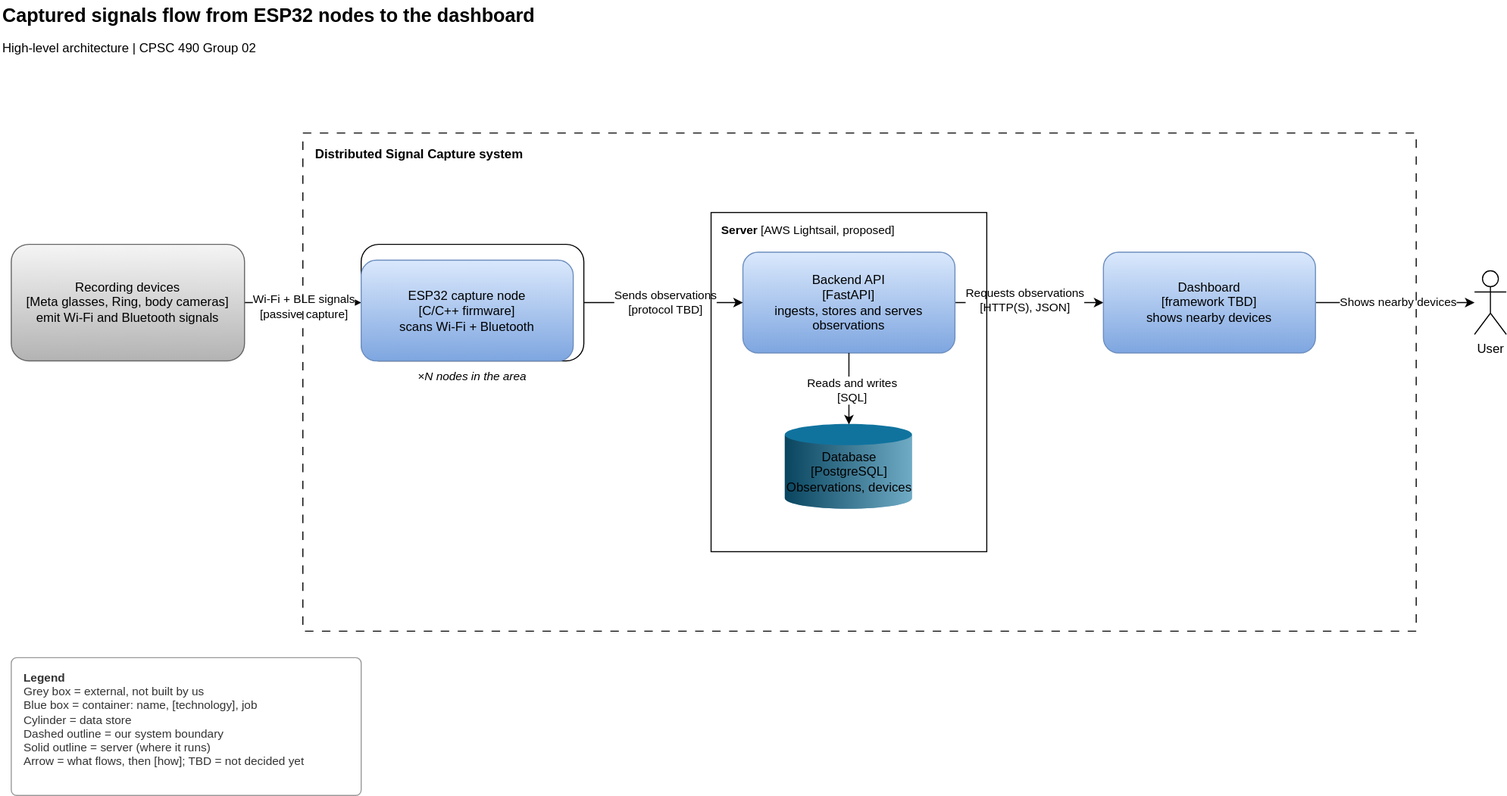
eliThomass/CPSC490-G02-Linux-Larpers keeps this draw.io diagram as docs/design/diagrams/architecture.drawio.svg. Above is the earlier version. Source tidied: cells renumbered, new cells last; positions are measured from the earlier drawing's top-left corner, leaving out a move shared by most shapes.
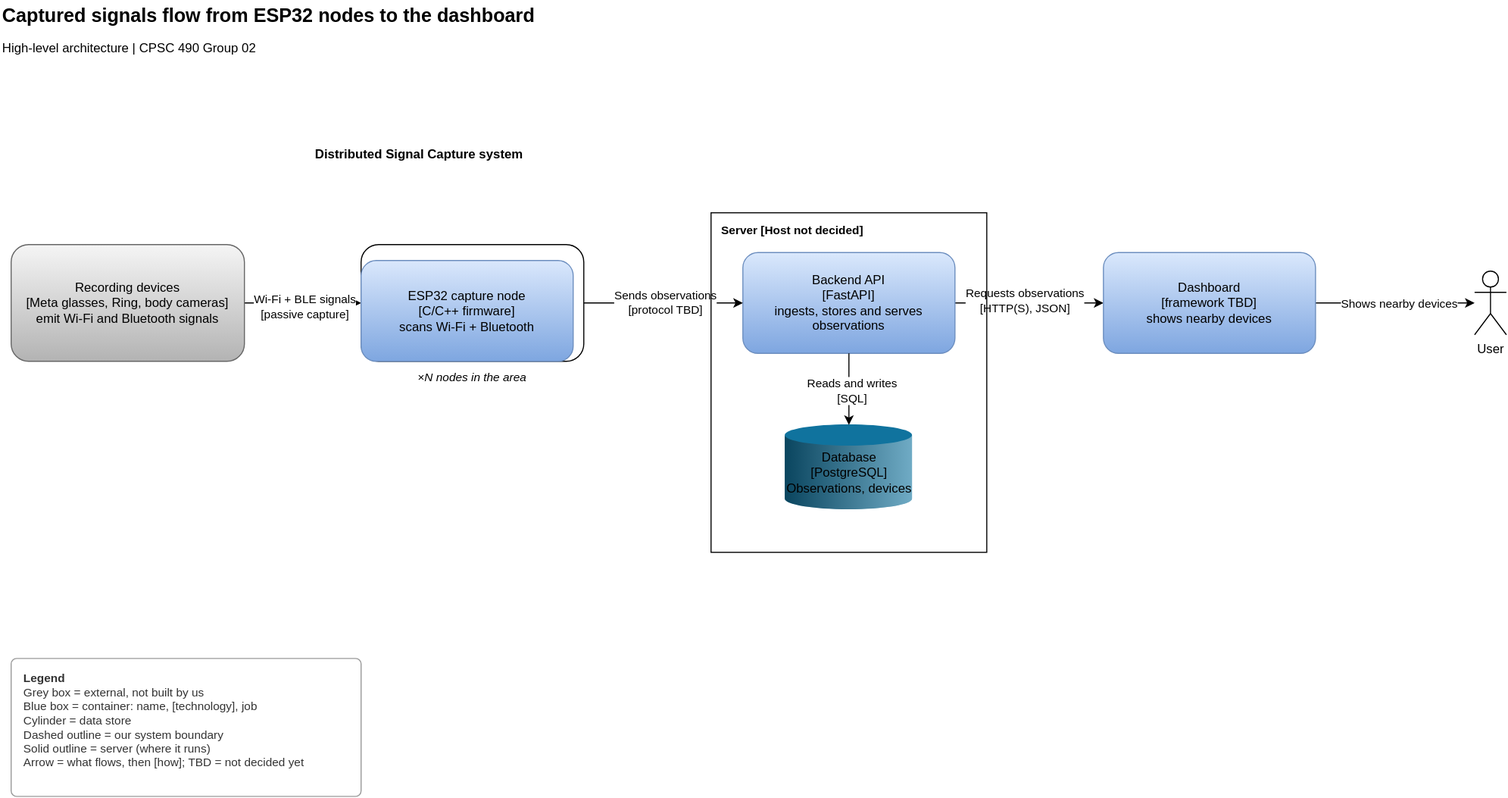
Above is the later version.

Commit message:
Mark the server host as undecided in the architecture diagram

What changed in the source:
```diff
@@ -50,7 +50,7 @@
     <mxCell id="17" value="&lt;div&gt;ESP32 capture node&lt;/div&gt;&lt;div&gt;[C/C++ firmware]&lt;/div&gt;&lt;div&gt;scans Wi-Fi + Bluetooth&lt;/div&gt;" style="rounded=1;whiteSpace=wrap;html=1;roundedPerimeter=1;fillColor=#dae8fc;gradientColor=#7ea6e0;strokeColor=#6c8ebf;" parent="1" vertex="1">
       <mxGeometry x="340" y="245" width="200" height="95" as="geometry" />
     </mxCell>
-    <mxCell id="18" value="&lt;b&gt;Server&lt;/b&gt; [AWS Lightsail, proposed]" style="rounded=0;whiteSpace=wrap;html=1;fillColor=none;align=left;verticalAlign=top;spacingLeft=8;spacingTop=4;fontSize=11;" parent="1" vertex="1">
+    <mxCell id="18" value="&lt;b&gt;Server [Host not decided]&lt;/b&gt;" style="rounded=0;whiteSpace=wrap;html=1;fillColor=none;align=left;verticalAlign=top;spacingLeft=8;spacingTop=4;fontSize=11;" parent="1" vertex="1">
       <mxGeometry x="670" y="200" width="260" height="320" as="geometry" />
     </mxCell>
     <mxCell id="19" style="edgeStyle=orthogonalEdgeStyle;rounded=0;jettySize=auto;html=1;entryX=0.5;entryY=0;entryDx=0;entryDy=0;entryPerimeter=0;defaultLabelBackgroundColor=page;" parent="1" edge="1" source="7" target="12">
@@ -61,9 +61,6 @@
         <mxPoint y="1" as="offset" />
       </mxGeometry>
     </mxCell>
-    <mxCell id="21" style="rounded=0;whiteSpace=wrap;html=1;fillColor=none;dashed=1;dashPattern=8 8;" parent="1" vertex="1">
-      <mxGeometry x="285" y="125" width="1050" height="470" as="geometry" />
-    </mxCell>
     <mxCell id="22" value="&lt;b&gt;Distributed Signal Capture system&lt;/b&gt;" style="text;html=1;whiteSpace=wrap;strokeColor=none;fillColor=none;align=center;verticalAlign=middle;rounded=0;" parent="1" vertex="1">
       <mxGeometry x="290" y="130" width="210" height="30" as="geometry" />
     </mxCell>
```
